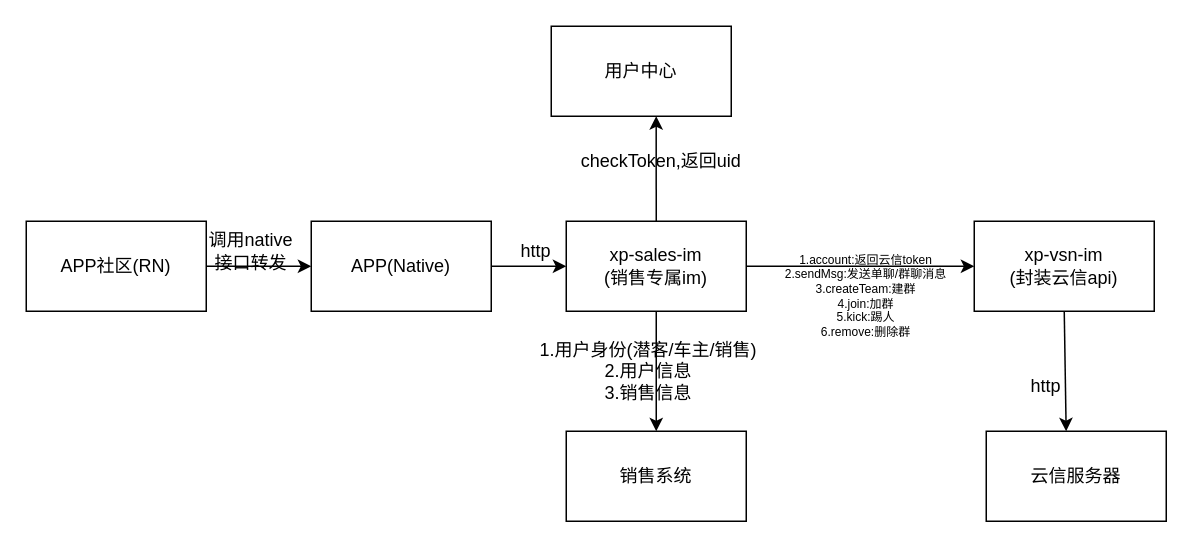
Before: arch/sns/sales-im.drawio in zhangchuhu/drawio, a draw.io diagram. Source tidied: cells renumbered, new cells numbered last; positions are measured from the earlier drawing's top-left corner, leaving out a move shared by most shapes. Both pictures are drawn from the tidied source at 150%, with x=0, y=0 at pixel (26, 26).
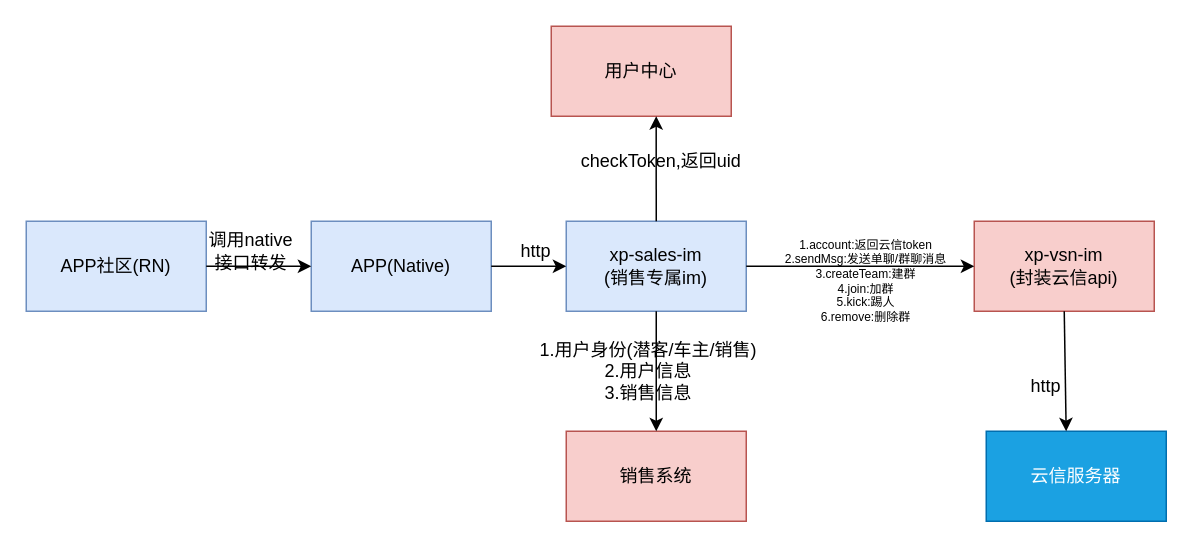
After the change.

Diff of the diagram source:
```diff
@@
-    <mxCell id="2" value="xp-sales-im&lt;br&gt;(销售专属im)" style="rounded=0;whiteSpace=wrap;html=1;" parent="1" vertex="1">
+    <mxCell id="2" value="xp-sales-im&lt;br&gt;(销售专属im)" style="rounded=0;whiteSpace=wrap;html=1;fillColor=#dae8fc;strokeColor=#6c8ebf;" parent="1" vertex="1">
       <mxGeometry x="360" y="130" width="120" height="60" as="geometry" />
     </mxCell>
-    <mxCell id="3" value="xp-vsn-im&lt;br&gt;(封装云信api)" style="rounded=0;whiteSpace=wrap;html=1;" parent="1" vertex="1">
+    <mxCell id="3" value="xp-vsn-im&lt;br&gt;(封装云信api)" style="rounded=0;whiteSpace=wrap;html=1;fillColor=#f8cecc;strokeColor=#b85450;" parent="1" vertex="1">
       <mxGeometry x="632" y="130" width="120" height="60" as="geometry" />
     </mxCell>
-    <mxCell id="4" value="云信服务器" style="rounded=0;whiteSpace=wrap;html=1;" parent="1" vertex="1">
+    <mxCell id="4" value="云信服务器" style="rounded=0;whiteSpace=wrap;html=1;fillColor=#1ba1e2;strokeColor=#006EAF;fontColor=#ffffff;" parent="1" vertex="1">
       <mxGeometry x="640" y="270" width="120" height="60" as="geometry" />
     </mxCell>
-    <mxCell id="5" value="销售系统" style="rounded=0;whiteSpace=wrap;html=1;" parent="1" vertex="1">
+    <mxCell id="5" value="销售系统" style="rounded=0;whiteSpace=wrap;html=1;fillColor=#f8cecc;strokeColor=#b85450;" parent="1" vertex="1">
       <mxGeometry x="360" y="270" width="120" height="60" as="geometry" />
     </mxCell>
-    <mxCell id="6" value="用户中心" style="rounded=0;whiteSpace=wrap;html=1;" parent="1" vertex="1">
+    <mxCell id="6" value="用户中心" style="rounded=0;whiteSpace=wrap;html=1;fillColor=#f8cecc;strokeColor=#b85450;" parent="1" vertex="1">
       <mxGeometry x="350" width="120" height="60" as="geometry" />
     </mxCell>
-    <mxCell id="7" value="APP社区(RN)" style="rounded=0;whiteSpace=wrap;html=1;" parent="1" vertex="1">
+    <mxCell id="7" value="APP社区(RN)" style="rounded=0;whiteSpace=wrap;html=1;fillColor=#dae8fc;strokeColor=#6c8ebf;" parent="1" vertex="1">
       <mxGeometry y="130" width="120" height="60" as="geometry" />
     </mxCell>
-    <mxCell id="8" value="APP(Native)" style="rounded=0;whiteSpace=wrap;html=1;" parent="1" vertex="1">
+    <mxCell id="8" value="APP(Native)" style="rounded=0;whiteSpace=wrap;html=1;fillColor=#dae8fc;strokeColor=#6c8ebf;" parent="1" vertex="1">
       <mxGeometry x="190" y="130" width="120" height="60" as="geometry" />
     </mxCell>
@@
     <mxCell id="17" value="&lt;span style=&quot;font-size: 8px&quot;&gt;1.account:返回云信token&lt;br style=&quot;font-size: 8px&quot;&gt;2.sendMsg:发送单聊/群聊消息&lt;br&gt;3.createTeam:建群&lt;br&gt;4.join:加群&lt;br&gt;5.&lt;/span&gt;&lt;font style=&quot;font-size: 8px&quot;&gt;kick:踢人&lt;br&gt;&lt;/font&gt;&lt;span style=&quot;font-size: 8px&quot;&gt;6.remove:删除群&lt;br style=&quot;font-size: 8px&quot;&gt;&lt;/span&gt;" style="text;html=1;strokeColor=none;fillColor=none;align=center;verticalAlign=middle;whiteSpace=wrap;rounded=0;fontSize=8;" parent="1" vertex="1">
-      <mxGeometry x="470" y="170" width="180" height="20" as="geometry" />
+      <mxGeometry x="470" y="160" width="180" height="20" as="geometry" />
     </mxCell>
```
